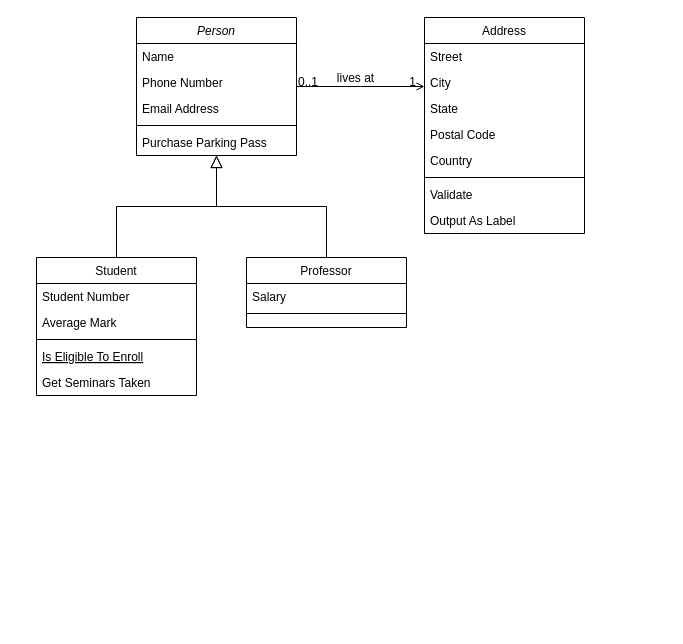
Before: Untitled Diagram.drawio in darkhir/project_room_8, a draw.io diagram. Source tidied: cells renumbered, new cells numbered last; positions are measured from the earlier drawing's top-left corner, leaving out a move shared by most shapes. Both pictures are drawn from the tidied source at 100%, with x=0, y=0 at pixel (36, 17).
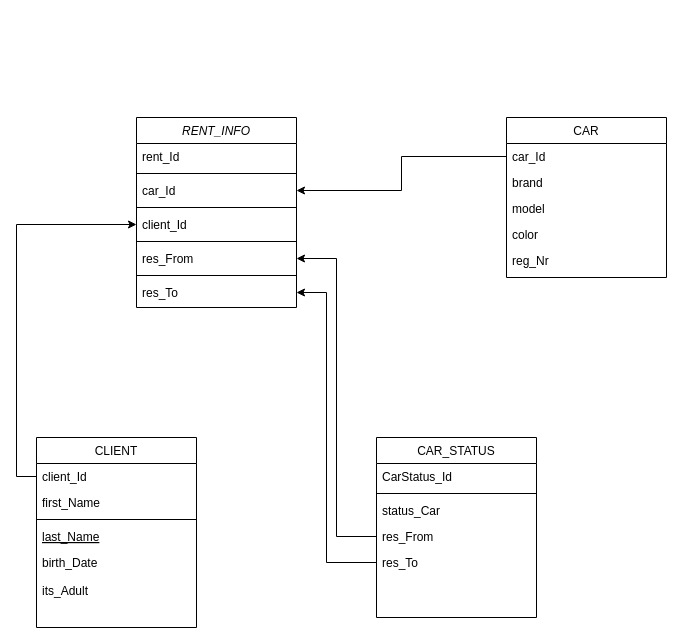
After the change.

Diff of the diagram source:
```diff
@@
-    <mxCell id="2" value="Person" style="swimlane;fontStyle=2;align=center;verticalAlign=top;horizontal=1;startSize=26;rounded=0;shadow=0;strokeWidth=1;" parent="1" vertex="1">
-      <mxGeometry x="100" width="160" height="138" as="geometry" />
+    <mxCell id="2" value="RENT_INFO" style="swimlane;fontStyle=2;align=center;verticalAlign=top;horizontal=1;startSize=26;rounded=0;shadow=0;strokeWidth=1;" parent="1" vertex="1">
+      <mxGeometry x="100" y="100" width="160" height="190" as="geometry" />
     </mxCell>
-    <mxCell id="3" value="Name" style="text;align=left;verticalAlign=top;spacingLeft=4;spacingRight=4;overflow=hidden;" parent="2" vertex="1">
+    <mxCell id="3" value="rent_Id" style="text;align=left;verticalAlign=top;spacingLeft=4;spacingRight=4;overflow=hidden;" parent="2" vertex="1">
       <mxGeometry y="26" width="160" height="26" as="geometry" />
     </mxCell>
+    <mxCell id="6" style="line;html=1;strokeWidth=1;align=left;verticalAlign=middle;spacingTop=-1;spacingLeft=3;spacingRight=3;labelPosition=right;" parent="2" vertex="1">
+      <mxGeometry y="52" width="160" height="8" as="geometry" />
+    </mxCell>
-    <mxCell id="4" value="Phone Number" style="text;align=left;verticalAlign=top;spacingLeft=4;spacingRight=4;overflow=hidden;points=[[0,0.5],[1,0.5]];portConstraint=eastwest;rounded=0;shadow=0;html=0;" parent="2" vertex="1">
-      <mxGeometry y="52" width="160" height="26" as="geometry" />
+    <mxCell id="4" value="car_Id" style="text;align=left;verticalAlign=top;spacingLeft=4;spacingRight=4;overflow=hidden;points=[[0,0.5],[1,0.5]];portConstraint=eastwest;rounded=0;shadow=0;html=0;" parent="2" vertex="1">
+      <mxGeometry y="60" width="160" height="26" as="geometry" />
     </mxCell>
+    <mxCell id="32" style="line;html=1;strokeWidth=1;align=left;verticalAlign=middle;spacingTop=-1;spacingLeft=3;spacingRight=3;labelPosition=right;" parent="2" vertex="1">
+      <mxGeometry y="86" width="160" height="8" as="geometry" />
+    </mxCell>
-    <mxCell id="5" value="Email Address" style="text;align=left;verticalAlign=top;spacingLeft=4;spacingRight=4;overflow=hidden;points=[[0,0.5],[1,0.5]];portConstraint=eastwest;rounded=0;shadow=0;html=0;" parent="2" vertex="1">
-      <mxGeometry y="78" width="160" height="26" as="geometry" />
+    <mxCell id="5" value="client_Id" style="text;align=left;verticalAlign=top;spacingLeft=4;spacingRight=4;overflow=hidden;points=[[0,0.5],[1,0.5]];portConstraint=eastwest;rounded=0;shadow=0;html=0;" parent="2" vertex="1">
+      <mxGeometry y="94" width="160" height="26" as="geometry" />
     </mxCell>
-    <mxCell id="6" style="line;html=1;strokeWidth=1;align=left;verticalAlign=middle;spacingTop=-1;spacingLeft=3;spacingRight=3;labelPosition=right;" parent="2" vertex="1">
-      <mxGeometry y="104" width="160" height="8" as="geometry" />
-    </mxCell>
+    <mxCell id="33" style="line;html=1;strokeWidth=1;align=left;verticalAlign=middle;spacingTop=-1;spacingLeft=3;spacingRight=3;labelPosition=right;" parent="2" vertex="1">
+      <mxGeometry y="120" width="160" height="8" as="geometry" />
+    </mxCell>
-    <mxCell id="7" value="Purchase Parking Pass" style="text;align=left;verticalAlign=top;spacingLeft=4;spacingRight=4;overflow=hidden;points=[[0,0.5],[1,0.5]];portConstraint=eastwest;" parent="2" vertex="1">
-      <mxGeometry y="112" width="160" height="26" as="geometry" />
+    <mxCell id="7" value="res_From" style="text;align=left;verticalAlign=top;spacingLeft=4;spacingRight=4;overflow=hidden;points=[[0,0.5],[1,0.5]];portConstraint=eastwest;" parent="2" vertex="1">
+      <mxGeometry y="128" width="160" height="26" as="geometry" />
     </mxCell>
+    <mxCell id="34" style="line;html=1;strokeWidth=1;align=left;verticalAlign=middle;spacingTop=-1;spacingLeft=3;spacingRight=3;labelPosition=right;" parent="2" vertex="1">
+      <mxGeometry y="154" width="160" height="8" as="geometry" />
+    </mxCell>
+    <mxCell id="35" value="res_To" style="text;align=left;verticalAlign=top;spacingLeft=4;spacingRight=4;overflow=hidden;points=[[0,0.5],[1,0.5]];portConstraint=eastwest;" parent="2" vertex="1">
+      <mxGeometry y="162" width="160" height="26" as="geometry" />
+    </mxCell>
-    <mxCell id="8" value="Student" style="swimlane;fontStyle=0;align=center;verticalAlign=top;horizontal=1;startSize=26;rounded=0;shadow=0;strokeWidth=1;" parent="1" vertex="1">
-      <mxGeometry y="240" width="160" height="138" as="geometry" />
+    <mxCell id="8" value="CLIENT" style="swimlane;fontStyle=0;align=center;verticalAlign=top;horizontal=1;startSize=26;rounded=0;shadow=0;strokeWidth=1;" parent="1" vertex="1">
+      <mxGeometry y="420" width="160" height="190" as="geometry" />
     </mxCell>
-    <mxCell id="9" value="Student Number" style="text;align=left;verticalAlign=top;spacingLeft=4;spacingRight=4;overflow=hidden;points=[[0,0.5],[1,0.5]];portConstraint=eastwest;" parent="8" vertex="1">
+    <mxCell id="9" value="client_Id" style="text;align=left;verticalAlign=top;spacingLeft=4;spacingRight=4;overflow=hidden;points=[[0,0.5],[1,0.5]];portConstraint=eastwest;" parent="8" vertex="1">
       <mxGeometry y="26" width="160" height="26" as="geometry" />
     </mxCell>
-    <mxCell id="10" value="Average Mark" style="text;align=left;verticalAlign=top;spacingLeft=4;spacingRight=4;overflow=hidden;rounded=0;shadow=0;html=0;" parent="8" vertex="1">
+    <mxCell id="10" value="first_Name" style="text;align=left;verticalAlign=top;spacingLeft=4;spacingRight=4;overflow=hidden;rounded=0;shadow=0;html=0;" parent="8" vertex="1">
       <mxGeometry y="52" width="160" height="26" as="geometry" />
     </mxCell>
@@
-    <mxCell id="12" value="Is Eligible To Enroll" style="text;align=left;verticalAlign=top;spacingLeft=4;spacingRight=4;overflow=hidden;fontStyle=4;" parent="8" vertex="1">
+    <mxCell id="12" value="last_Name" style="text;align=left;verticalAlign=top;spacingLeft=4;spacingRight=4;overflow=hidden;fontStyle=4;" parent="8" vertex="1">
       <mxGeometry y="86" width="160" height="26" as="geometry" />
     </mxCell>
-    <mxCell id="13" value="Get Seminars Taken" style="text;align=left;verticalAlign=top;spacingLeft=4;spacingRight=4;overflow=hidden;" parent="8" vertex="1">
-      <mxGeometry y="112" width="160" height="26" as="geometry" />
+    <mxCell id="13" value="birth_Date" style="text;align=left;verticalAlign=top;spacingLeft=4;spacingRight=4;overflow=hidden;" parent="8" vertex="1">
+      <mxGeometry y="112" width="160" height="28" as="geometry" />
     </mxCell>
-    <mxCell id="14" style="endArrow=block;endSize=10;endFill=0;shadow=0;strokeWidth=1;rounded=0;edgeStyle=elbowEdgeStyle;elbow=vertical;" parent="1" edge="1" source="8" target="2">
-      <mxGeometry relative="1" as="geometry" />
-    </mxCell>
+    <mxCell id="36" value="its_Adult" style="text;align=left;verticalAlign=top;spacingLeft=4;spacingRight=4;overflow=hidden;" parent="8" vertex="1">
+      <mxGeometry y="140" width="160" height="28" as="geometry" />
+    </mxCell>
-    <mxCell id="15" value="Professor" style="swimlane;fontStyle=0;align=center;verticalAlign=top;horizontal=1;startSize=26;rounded=0;shadow=0;strokeWidth=1;" parent="1" vertex="1">
-      <mxGeometry x="210" y="240" width="160" height="70" as="geometry" />
+    <mxCell id="15" value="CAR_STATUS" style="swimlane;fontStyle=0;align=center;verticalAlign=top;horizontal=1;startSize=26;rounded=0;shadow=0;strokeWidth=1;" parent="1" vertex="1">
+      <mxGeometry x="340" y="420" width="160" height="180" as="geometry" />
     </mxCell>
-    <mxCell id="16" value="Salary" style="text;align=left;verticalAlign=top;spacingLeft=4;spacingRight=4;overflow=hidden;" parent="15" vertex="1">
+    <mxCell id="16" value="CarStatus_Id" style="text;align=left;verticalAlign=top;spacingLeft=4;spacingRight=4;overflow=hidden;" parent="15" vertex="1">
       <mxGeometry y="26" width="160" height="26" as="geometry" />
     </mxCell>
@@
-    <mxCell id="18" style="endArrow=block;endSize=10;endFill=0;shadow=0;strokeWidth=1;rounded=0;edgeStyle=elbowEdgeStyle;elbow=vertical;" parent="1" edge="1" source="15" target="2">
-      <mxGeometry relative="1" as="geometry" />
-    </mxCell>
+    <mxCell id="37" value="status_Car" style="text;align=left;verticalAlign=top;spacingLeft=4;spacingRight=4;overflow=hidden;" parent="15" vertex="1">
+      <mxGeometry y="60" width="160" height="26" as="geometry" />
+    </mxCell>
+    <mxCell id="38" value="res_From" style="text;align=left;verticalAlign=top;spacingLeft=4;spacingRight=4;overflow=hidden;points=[[0,0.5],[1,0.5]];portConstraint=eastwest;" parent="15" vertex="1">
+      <mxGeometry y="86" width="160" height="26" as="geometry" />
+    </mxCell>
+    <mxCell id="39" value="res_To" style="text;align=left;verticalAlign=top;spacingLeft=4;spacingRight=4;overflow=hidden;points=[[0,0.5],[1,0.5]];portConstraint=eastwest;" parent="15" vertex="1">
+      <mxGeometry y="112" width="160" height="26" as="geometry" />
+    </mxCell>
-    <mxCell id="19" value="Address" style="swimlane;fontStyle=0;align=center;verticalAlign=top;horizontal=1;startSize=26;rounded=0;shadow=0;strokeWidth=1;" parent="1" vertex="1">
-      <mxGeometry x="388" width="160" height="216" as="geometry" />
+    <mxCell id="19" value="CAR" style="swimlane;fontStyle=0;align=center;verticalAlign=top;horizontal=1;startSize=26;rounded=0;shadow=0;strokeWidth=1;" parent="1" vertex="1">
+      <mxGeometry x="470" y="100" width="160" height="160" as="geometry" />
     </mxCell>
-    <mxCell id="20" value="Street" style="text;align=left;verticalAlign=top;spacingLeft=4;spacingRight=4;overflow=hidden;points=[[0,0.5],[1,0.5]];portConstraint=eastwest;" parent="19" vertex="1">
+    <mxCell id="20" value="car_Id" style="text;align=left;verticalAlign=top;spacingLeft=4;spacingRight=4;overflow=hidden;points=[[0,0.5],[1,0.5]];portConstraint=eastwest;" parent="19" vertex="1">
       <mxGeometry y="26" width="160" height="26" as="geometry" />
     </mxCell>
-    <mxCell id="21" value="City" style="text;align=left;verticalAlign=top;spacingLeft=4;spacingRight=4;overflow=hidden;rounded=0;shadow=0;html=0;" parent="19" vertex="1">
+    <mxCell id="21" value="brand" style="text;align=left;verticalAlign=top;spacingLeft=4;spacingRight=4;overflow=hidden;rounded=0;shadow=0;html=0;" parent="19" vertex="1">
       <mxGeometry y="52" width="160" height="26" as="geometry" />
     </mxCell>
-    <mxCell id="22" value="State" style="text;align=left;verticalAlign=top;spacingLeft=4;spacingRight=4;overflow=hidden;rounded=0;shadow=0;html=0;" parent="19" vertex="1">
+    <mxCell id="22" value="model" style="text;align=left;verticalAlign=top;spacingLeft=4;spacingRight=4;overflow=hidden;rounded=0;shadow=0;html=0;" parent="19" vertex="1">
       <mxGeometry y="78" width="160" height="26" as="geometry" />
     </mxCell>
-    <mxCell id="23" value="Postal Code" style="text;align=left;verticalAlign=top;spacingLeft=4;spacingRight=4;overflow=hidden;rounded=0;shadow=0;html=0;" parent="19" vertex="1">
+    <mxCell id="23" value="color" style="text;align=left;verticalAlign=top;spacingLeft=4;spacingRight=4;overflow=hidden;rounded=0;shadow=0;html=0;" parent="19" vertex="1">
       <mxGeometry y="104" width="160" height="26" as="geometry" />
     </mxCell>
-    <mxCell id="24" value="Country" style="text;align=left;verticalAlign=top;spacingLeft=4;spacingRight=4;overflow=hidden;rounded=0;shadow=0;html=0;" parent="19" vertex="1">
+    <mxCell id="24" value="reg_Nr" style="text;align=left;verticalAlign=top;spacingLeft=4;spacingRight=4;overflow=hidden;rounded=0;shadow=0;html=0;" parent="19" vertex="1">
       <mxGeometry y="130" width="160" height="26" as="geometry" />
     </mxCell>
-    <mxCell id="25" style="line;html=1;strokeWidth=1;align=left;verticalAlign=middle;spacingTop=-1;spacingLeft=3;spacingRight=3;labelPosition=right;" parent="19" vertex="1">
-      <mxGeometry y="156" width="160" height="8" as="geometry" />
-    </mxCell>
-    <mxCell id="26" value="Validate" style="text;align=left;verticalAlign=top;spacingLeft=4;spacingRight=4;overflow=hidden;" parent="19" vertex="1">
-      <mxGeometry y="164" width="160" height="26" as="geometry" />
-    </mxCell>
-    <mxCell id="27" value="Output As Label" style="text;align=left;verticalAlign=top;spacingLeft=4;spacingRight=4;overflow=hidden;" parent="19" vertex="1">
-      <mxGeometry y="190" width="160" height="26" as="geometry" />
-    </mxCell>
-    <mxCell id="28" style="endArrow=open;shadow=0;strokeWidth=1;rounded=0;endFill=1;edgeStyle=elbowEdgeStyle;elbow=vertical;" parent="1" edge="1" source="2" target="19">
-      <mxGeometry x="0.5" y="41" relative="1" as="geometry">
-        <mxPoint x="-40" y="32" as="offset" />
-      </mxGeometry>
-    </mxCell>
-    <mxCell id="29" value="0..1" style="align=left;verticalAlign=bottom;labelBackgroundColor=none;fontSize=12;" parent="28" vertex="1">
-      <mxGeometry x="-1" relative="1" as="geometry">
-        <mxPoint y="4" as="offset" />
-      </mxGeometry>
-    </mxCell>
-    <mxCell id="30" value="1" style="align=right;verticalAlign=bottom;labelBackgroundColor=none;fontSize=12;" parent="28" vertex="1">
-      <mxGeometry x="1" relative="1" as="geometry">
-        <mxPoint x="-7" y="4" as="offset" />
-      </mxGeometry>
-    </mxCell>
-    <mxCell id="31" value="lives at" style="text;html=1;align=center;verticalAlign=middle;labelBackgroundColor=none;rounded=0;shadow=0;strokeWidth=1;fontSize=12;" parent="28" vertex="1">
-      <mxGeometry x="0.5" y="49" relative="1" as="geometry">
-        <mxPoint x="-38" y="40" as="offset" />
-      </mxGeometry>
-    </mxCell>
+    <mxCell id="40" style="edgeStyle=orthogonalEdgeStyle;rounded=0;jettySize=auto;html=1;entryX=0;entryY=0.5;entryDx=0;entryDy=0;" parent="1" edge="1" source="9" target="5">
+      <mxGeometry relative="1" as="geometry">
+        <Array as="points">
+          <mxPoint x="-20" y="459" />
+          <mxPoint x="-20" y="207" />
+        </Array>
+      </mxGeometry>
+    </mxCell>
+    <mxCell id="41" style="edgeStyle=orthogonalEdgeStyle;rounded=0;jettySize=auto;html=1;exitX=0;exitY=0.5;exitDx=0;exitDy=0;entryX=1;entryY=0.5;entryDx=0;entryDy=0;" parent="1" edge="1" source="20" target="4">
+      <mxGeometry relative="1" as="geometry" />
+    </mxCell>
+    <mxCell id="42" style="edgeStyle=orthogonalEdgeStyle;rounded=0;jettySize=auto;html=1;exitX=0;exitY=0.5;exitDx=0;exitDy=0;entryX=1;entryY=0.5;entryDx=0;entryDy=0;" parent="1" edge="1" source="38" target="7">
+      <mxGeometry relative="1" as="geometry" />
+    </mxCell>
+    <mxCell id="43" style="edgeStyle=orthogonalEdgeStyle;rounded=0;jettySize=auto;html=1;exitX=0;exitY=0.5;exitDx=0;exitDy=0;entryX=1;entryY=0.5;entryDx=0;entryDy=0;" parent="1" edge="1" source="39" target="35">
+      <mxGeometry relative="1" as="geometry">
+        <Array as="points">
+          <mxPoint x="290" y="545" />
+          <mxPoint x="290" y="275" />
+        </Array>
+      </mxGeometry>
+    </mxCell>
```
